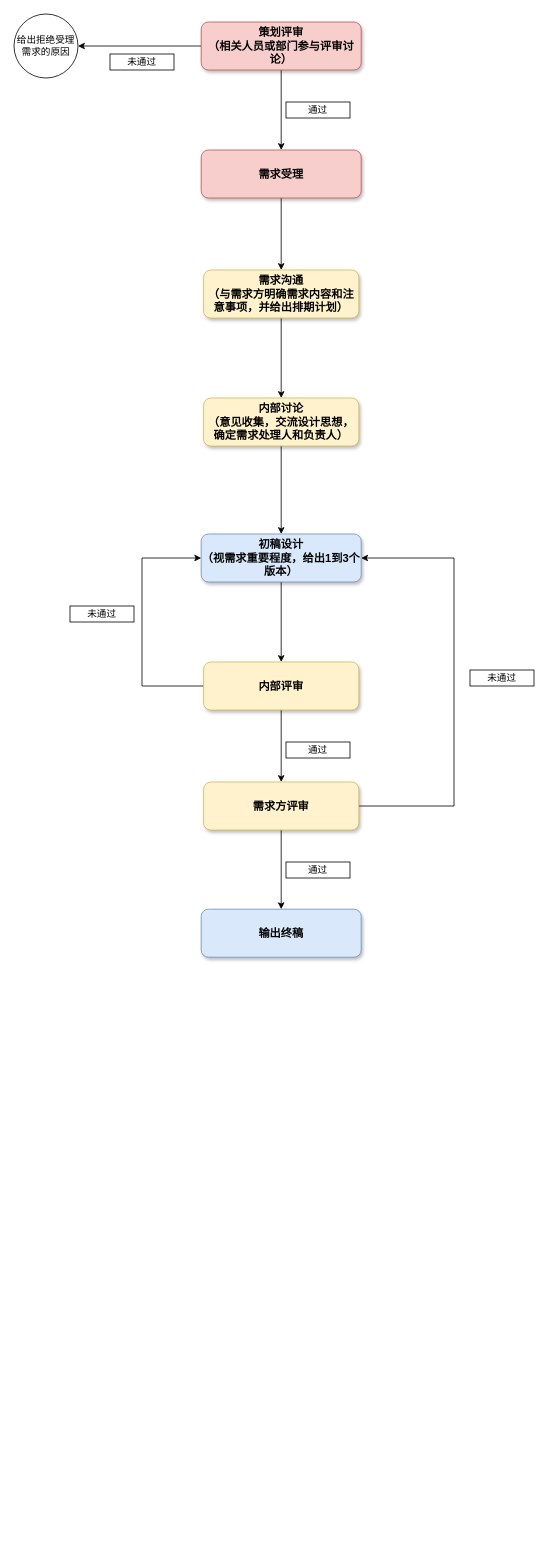
Earlier version of the draw.io diagram page "设计需求处理流程" (5 of 5) of Untitled Diagram.drawio (wxlxxx/draw.io). Source tidied: cells renumbered, new cells numbered last; positions are measured from the earlier drawing's top-left corner, leaving out a move shared by most shapes. Both pictures are drawn from the tidied source at 80%, with x=0, y=0 at pixel (14, 14).
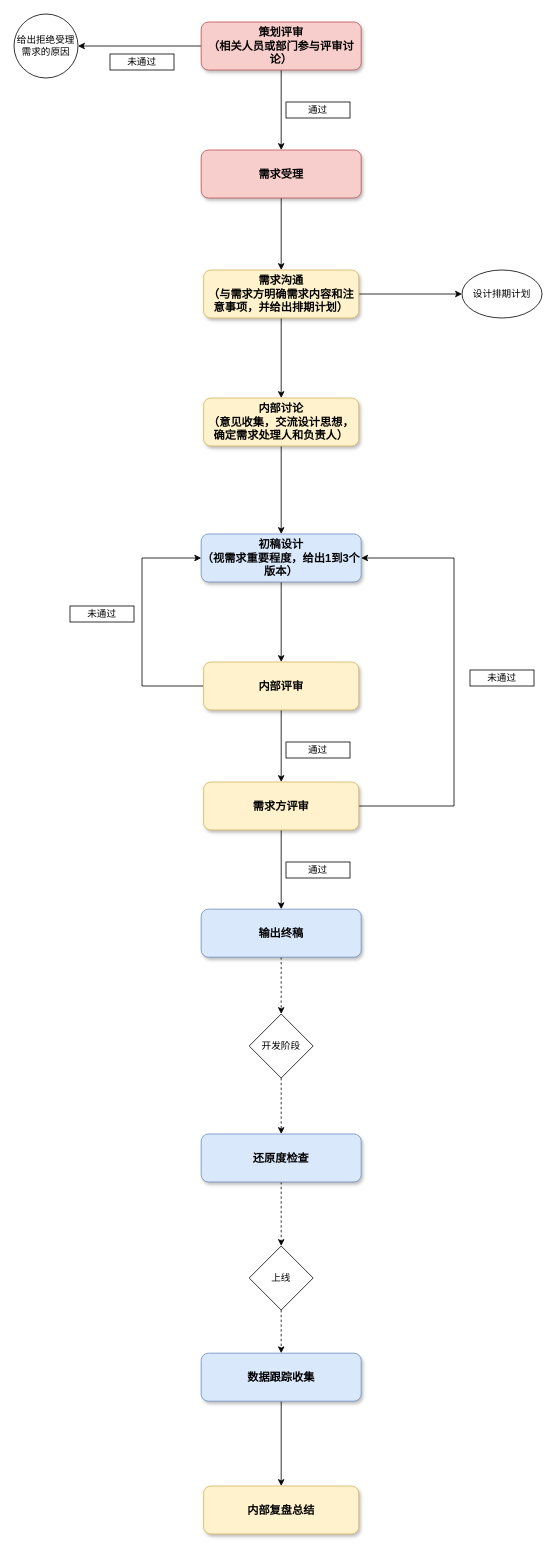
The same diagram, later.

The change refers to these unchanged cells:
```xml
<mxCell id="8" value="需求沟通&#10;（与需求方明确需求内容和注意事项，并给出排期计划）" style="rounded=1;fillColor=#fff2cc;strokeColor=#d6b656;shadow=1;fontStyle=1;fontSize=14;whiteSpace=wrap;" parent="1" vertex="1">
  <mxGeometry x="237" y="320" width="194" height="60" as="geometry" />
</mxCell>
<mxCell id="19" value="输出终稿" style="rounded=1;fillColor=#dae8fc;strokeColor=#6c8ebf;shadow=1;fontStyle=1;fontSize=14;whiteSpace=wrap;" parent="1" vertex="1">
  <mxGeometry x="234" y="1119" width="200" height="60" as="geometry" />
</mxCell>
```

Change to the diagram source:
```diff
@@
+    <mxCell id="27" style="edgeStyle=orthogonalEdgeStyle;rounded=0;jettySize=auto;html=1;" parent="1" edge="1" source="8" target="38">
+      <mxGeometry relative="1" as="geometry" />
+    </mxCell>
@@
+    <mxCell id="28" style="edgeStyle=orthogonalEdgeStyle;rounded=0;jettySize=auto;html=1;entryX=0.5;entryY=0;entryDx=0;entryDy=0;dashed=1;" parent="1" edge="1" source="19" target="30">
+      <mxGeometry relative="1" as="geometry" />
+    </mxCell>
@@
+    <mxCell id="29" style="edgeStyle=orthogonalEdgeStyle;rounded=0;jettySize=auto;html=1;dashed=1;" parent="1" edge="1" source="30" target="32">
+      <mxGeometry relative="1" as="geometry" />
+    </mxCell>
+    <mxCell id="30" value="开发阶段" style="rhombus;whiteSpace=wrap;html=1;" parent="1" vertex="1">
+      <mxGeometry x="294" y="1250" width="80" height="80" as="geometry" />
+    </mxCell>
+    <mxCell id="31" style="edgeStyle=orthogonalEdgeStyle;rounded=0;jettySize=auto;html=1;entryX=0.5;entryY=0;entryDx=0;entryDy=0;dashed=1;" parent="1" edge="1" source="32" target="34">
+      <mxGeometry relative="1" as="geometry" />
+    </mxCell>
+    <mxCell id="32" value="还原度检查" style="rounded=1;fillColor=#dae8fc;strokeColor=#6c8ebf;shadow=1;fontStyle=1;fontSize=14;whiteSpace=wrap;" parent="1" vertex="1">
+      <mxGeometry x="234" y="1400" width="200" height="60" as="geometry" />
+    </mxCell>
+    <mxCell id="33" style="edgeStyle=orthogonalEdgeStyle;rounded=0;jettySize=auto;html=1;entryX=0.5;entryY=0;entryDx=0;entryDy=0;dashed=1;" parent="1" edge="1" source="34" target="36">
+      <mxGeometry relative="1" as="geometry" />
+    </mxCell>
+    <mxCell id="34" value="上线" style="rhombus;whiteSpace=wrap;html=1;" parent="1" vertex="1">
+      <mxGeometry x="294" y="1540" width="80" height="80" as="geometry" />
+    </mxCell>
+    <mxCell id="35" style="edgeStyle=orthogonalEdgeStyle;rounded=0;jettySize=auto;html=1;" parent="1" edge="1" source="36" target="37">
+      <mxGeometry relative="1" as="geometry" />
+    </mxCell>
+    <mxCell id="36" value="数据跟踪收集" style="rounded=1;fillColor=#dae8fc;strokeColor=#6c8ebf;shadow=1;fontStyle=1;fontSize=14;whiteSpace=wrap;" parent="1" vertex="1">
+      <mxGeometry x="234" y="1674" width="200" height="60" as="geometry" />
+    </mxCell>
+    <mxCell id="37" value="内部复盘总结" style="rounded=1;fillColor=#fff2cc;strokeColor=#d6b656;shadow=1;fontStyle=1;fontSize=14;whiteSpace=wrap;" parent="1" vertex="1">
+      <mxGeometry x="237" y="1840" width="194" height="60" as="geometry" />
+    </mxCell>
+    <mxCell id="38" value="设计排期计划" style="ellipse;whiteSpace=wrap;html=1;" parent="1" vertex="1">
+      <mxGeometry x="560" y="320" width="100" height="60" as="geometry" />
+    </mxCell>
```
